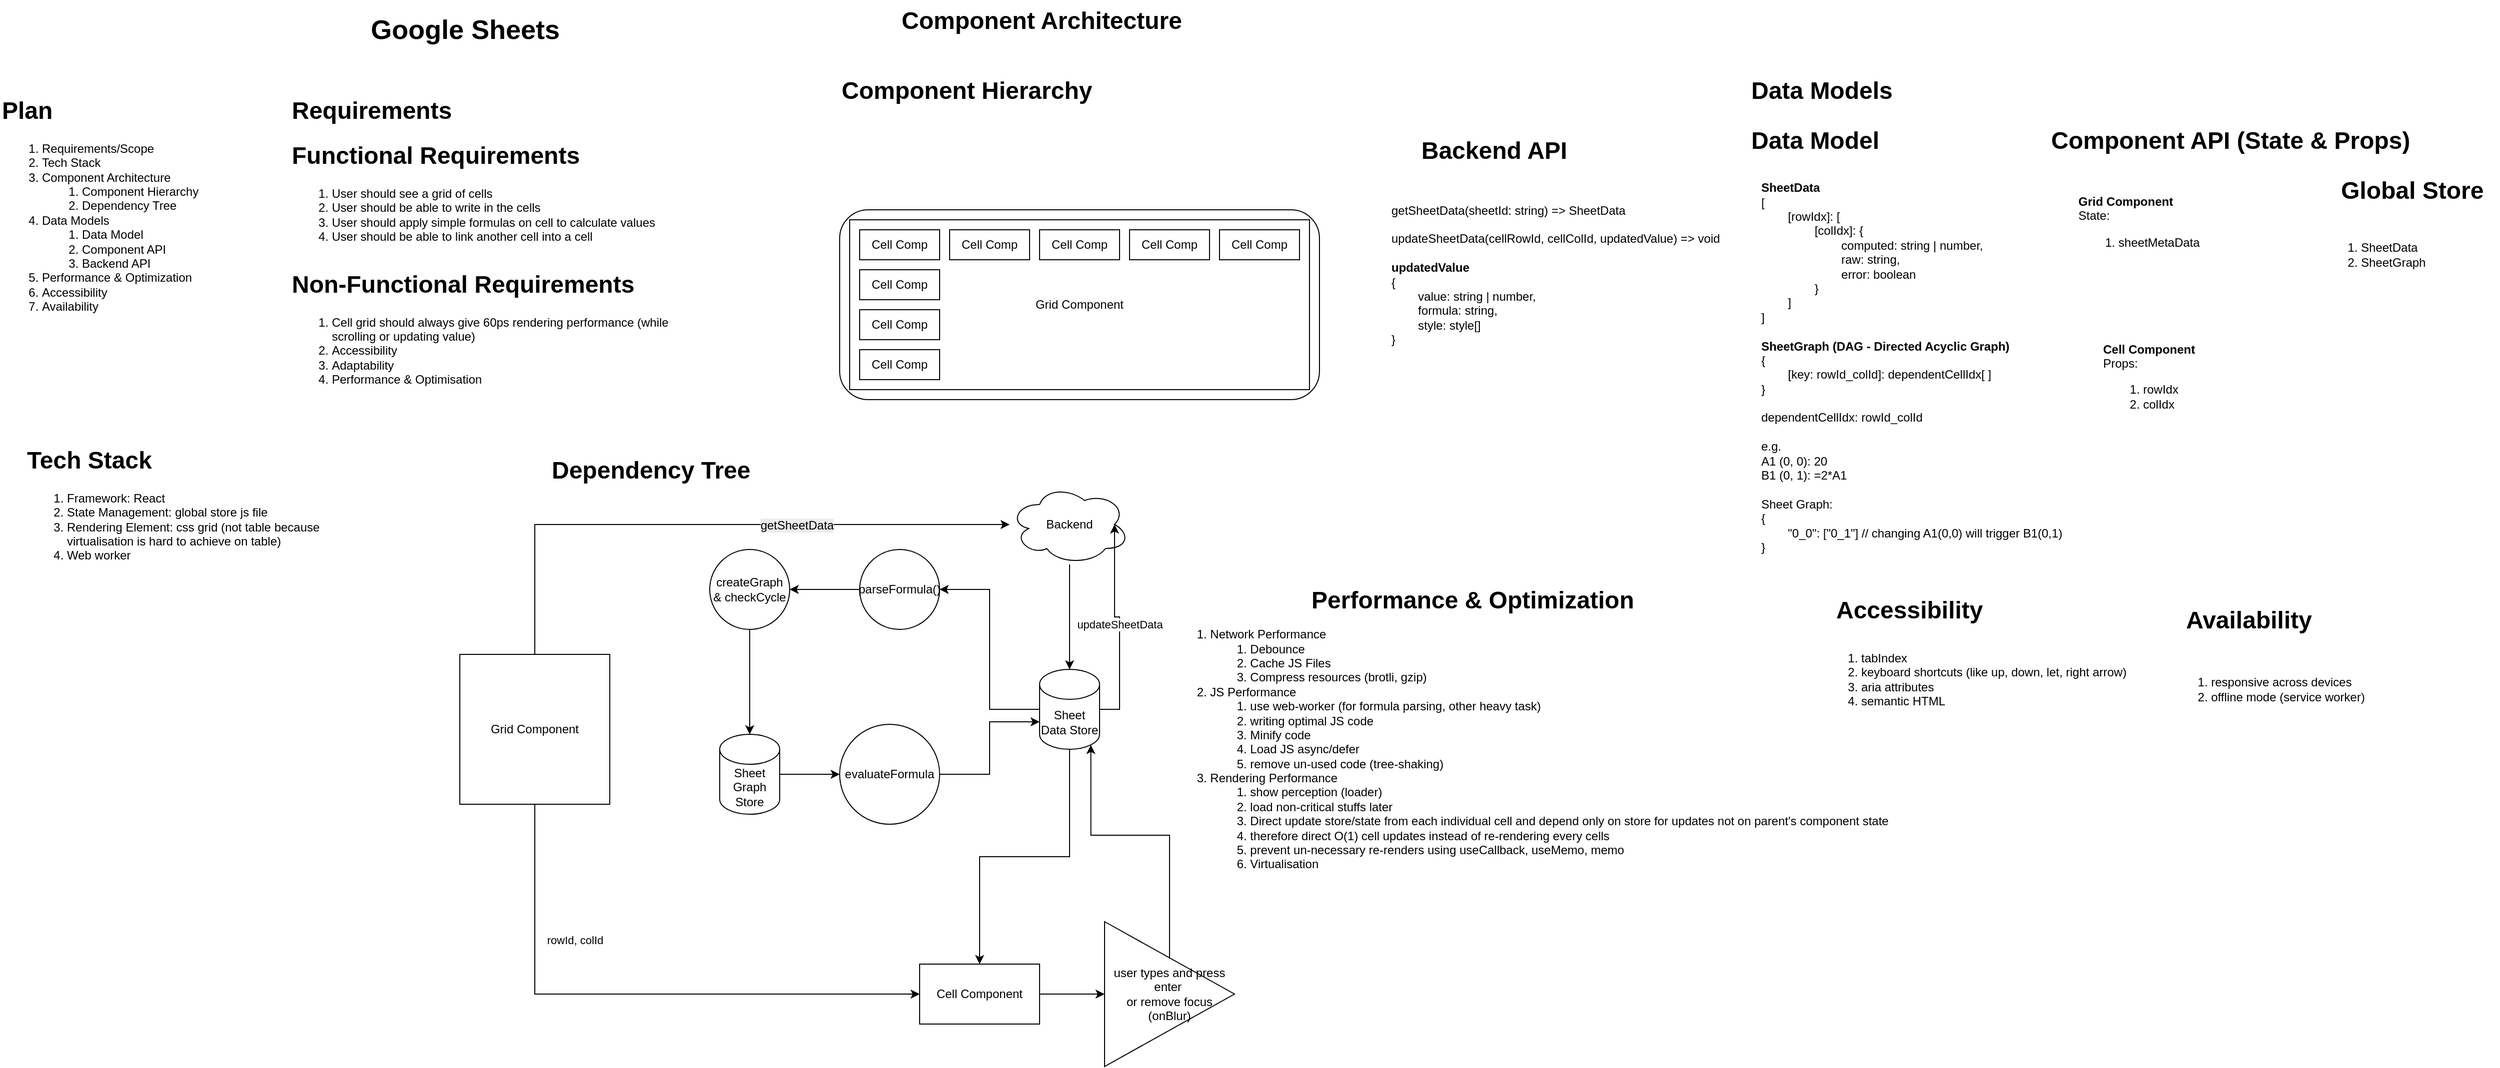
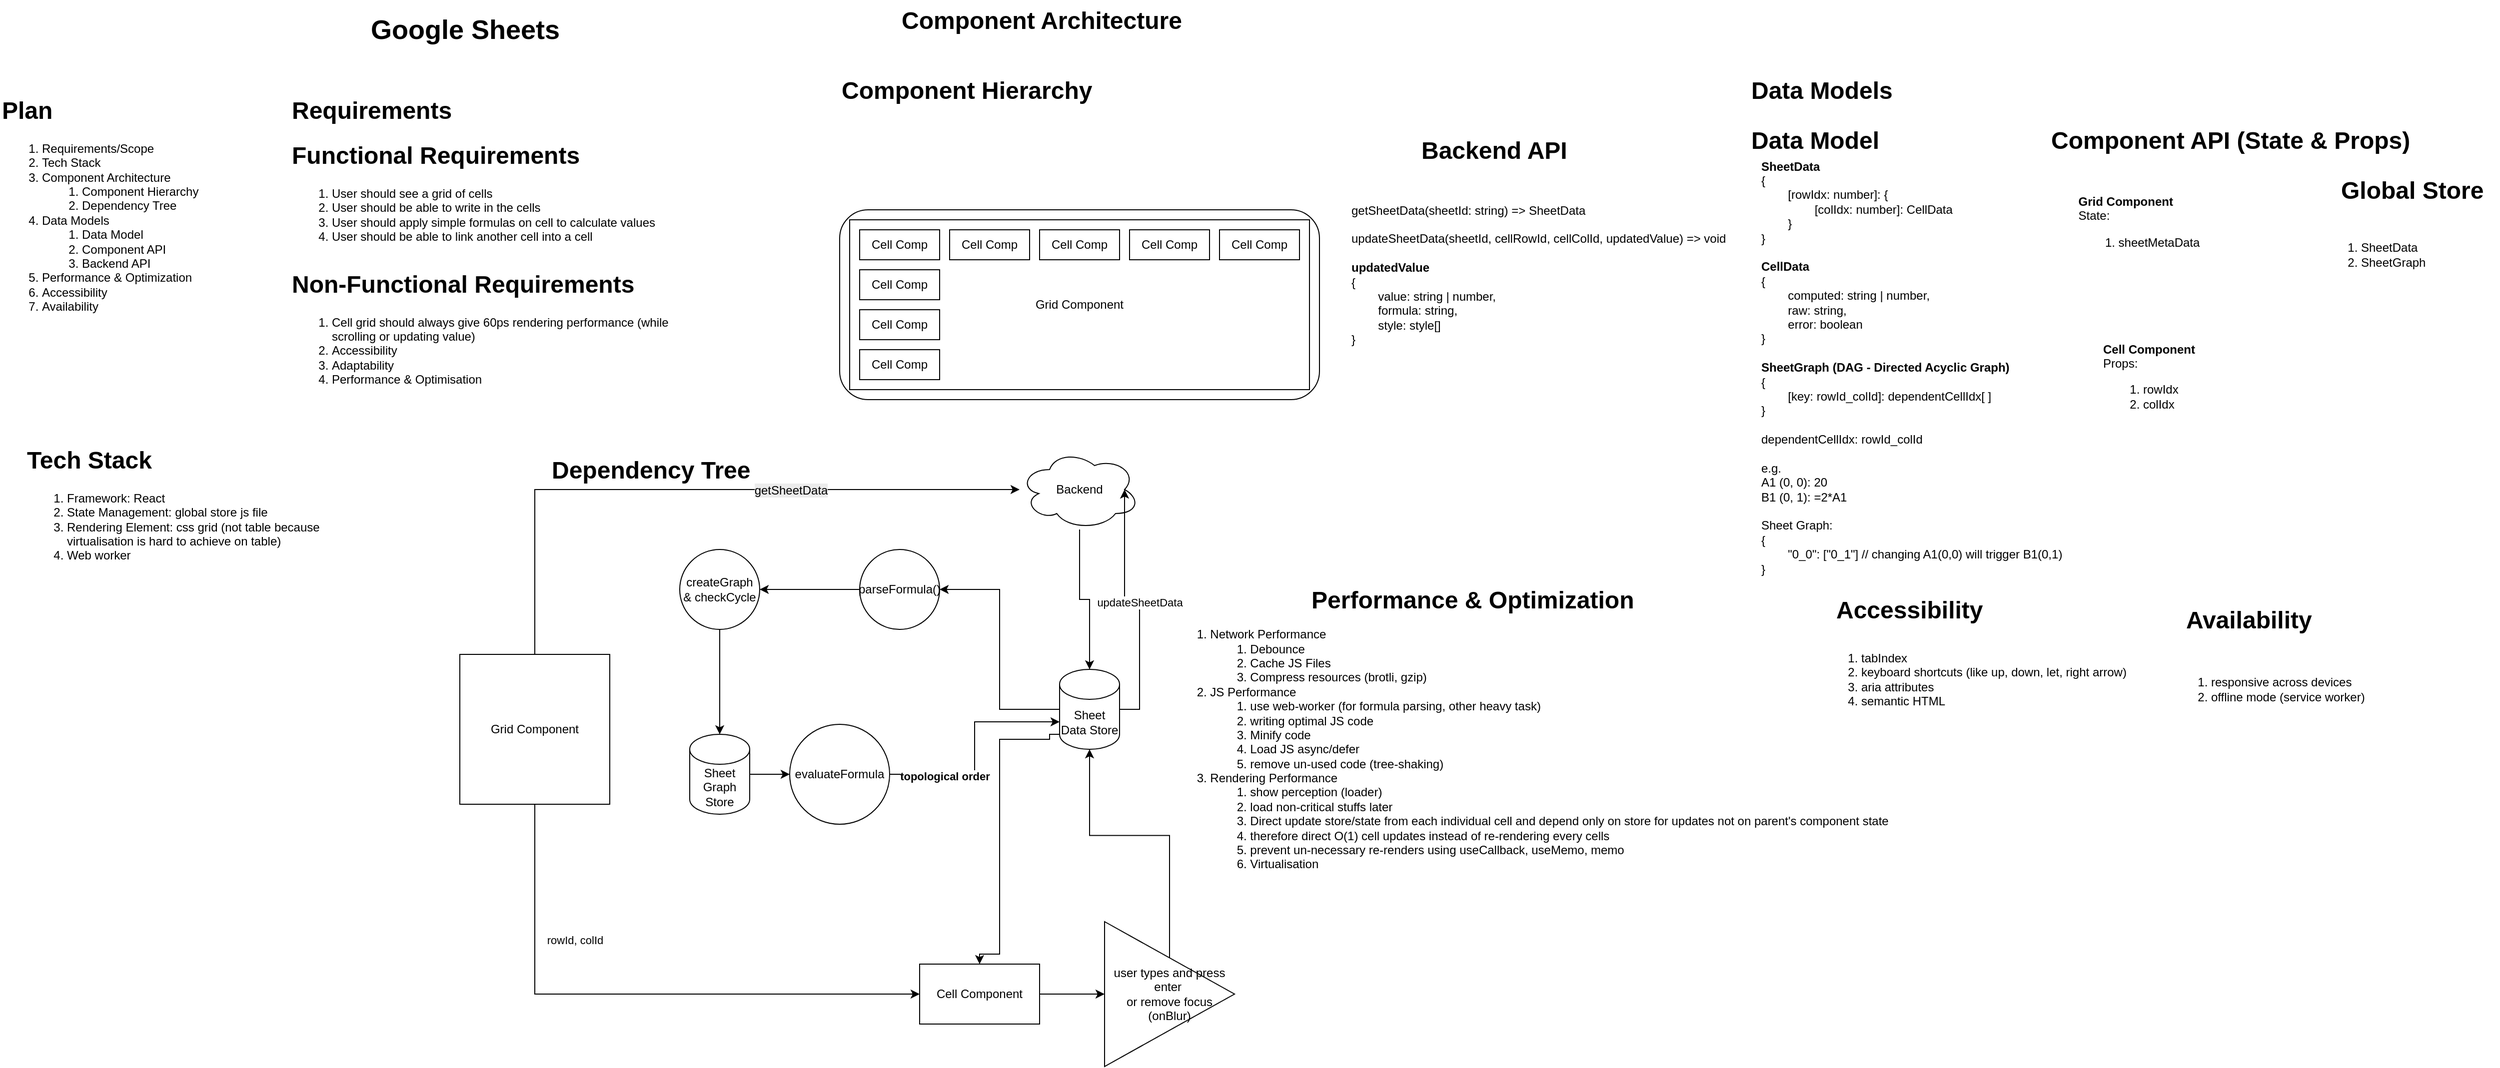
<mxfile host="app.diagrams.net">
  <diagram name="Page-1" id="GZXPSmaVhjIoUHQAW1LW">
-     <mxGraphModel dx="1522" dy="1071" grid="1" gridSize="10" guides="1" tooltips="1" connect="1" arrows="1" fold="1" page="1" pageScale="1" pageWidth="850" pageHeight="1100" math="0" shadow="0">
+     <mxGraphModel dx="1991" dy="1400" grid="1" gridSize="10" guides="1" tooltips="1" connect="1" arrows="1" fold="1" page="1" pageScale="1" pageWidth="850" pageHeight="1100" math="0" shadow="0">
      <root>
        <mxCell id="0" />
        <mxCell id="1" parent="0" />
        <mxCell id="v2OB34sA-GqR4EwWEd6K-1" parent="1" style="text;strokeColor=none;fillColor=none;html=1;fontSize=27;fontStyle=1;verticalAlign=middle;align=center;autosizeText=1;" value="Google Sheets" vertex="1">
          <mxGeometry height="40" width="230" x="360" y="10" as="geometry" />
        </mxCell>
        <mxCell id="v2OB34sA-GqR4EwWEd6K-2" parent="1" style="text;html=1;whiteSpace=wrap;overflow=hidden;rounded=0;" value="&lt;h1 style=&quot;margin-top: 0px;&quot;&gt;Requirements&lt;/h1&gt;&lt;h1 style=&quot;margin-top: 0px;&quot;&gt;Functional Requirements&lt;/h1&gt;&lt;div&gt;&lt;ol&gt;&lt;li&gt;User should see a grid of cells&lt;/li&gt;&lt;li&gt;User should be able to write in the cells&lt;/li&gt;&lt;li&gt;User should apply simple formulas on cell to calculate values&lt;/li&gt;&lt;li&gt;User should be able to link another cell into a cell&lt;/li&gt;&lt;/ol&gt;&lt;div&gt;&lt;br&gt;&lt;/div&gt;&lt;/div&gt;&lt;div&gt;&lt;h1 style=&quot;margin-top: 0px;&quot;&gt;Non-Functional Requirements&lt;/h1&gt;&lt;div&gt;&lt;ol&gt;&lt;li&gt;Cell grid should always give 60ps rendering performance (while scrolling or updating value)&lt;/li&gt;&lt;li&gt;Accessibility&lt;/li&gt;&lt;li&gt;Adaptability&lt;/li&gt;&lt;li&gt;Performance &amp;amp; Optimisation&lt;/li&gt;&lt;/ol&gt;&lt;/div&gt;&lt;div&gt;&lt;ol&gt;&lt;/ol&gt;&lt;/div&gt;&lt;/div&gt;" vertex="1">
          <mxGeometry height="370" width="390" x="300" y="90" as="geometry" />
        </mxCell>
        <mxCell id="v2OB34sA-GqR4EwWEd6K-3" parent="1" style="text;html=1;whiteSpace=wrap;overflow=hidden;rounded=0;" value="&lt;h1 style=&quot;margin-top: 0px;&quot;&gt;Plan&lt;/h1&gt;&lt;p&gt;&lt;/p&gt;&lt;ol&gt;&lt;li&gt;Requirements/Scope&lt;/li&gt;&lt;li&gt;Tech Stack&lt;/li&gt;&lt;li&gt;Component Architecture&lt;/li&gt;&lt;ol&gt;&lt;li&gt;Component Hierarchy&lt;/li&gt;&lt;li&gt;Dependency Tree&lt;/li&gt;&lt;/ol&gt;&lt;li&gt;Data Models&lt;/li&gt;&lt;ol&gt;&lt;li&gt;Data Model&lt;/li&gt;&lt;li&gt;Component API&lt;/li&gt;&lt;li&gt;Backend API&lt;/li&gt;&lt;/ol&gt;&lt;li&gt;Performance &amp;amp; Optimization&amp;nbsp;&lt;/li&gt;&lt;li&gt;Accessibility&lt;/li&gt;&lt;li&gt;Availability&lt;/li&gt;&lt;/ol&gt;&lt;p&gt;&lt;/p&gt;" vertex="1">
          <mxGeometry height="230" width="230" x="10" y="90" as="geometry" />
        </mxCell>
        <mxCell id="v2OB34sA-GqR4EwWEd6K-4" parent="1" style="text;html=1;whiteSpace=wrap;overflow=hidden;rounded=0;" value="&lt;h1 style=&quot;margin-top: 0px;&quot;&gt;Tech Stack&lt;/h1&gt;&lt;p&gt;&lt;/p&gt;&lt;ol&gt;&lt;li&gt;Framework: React&lt;/li&gt;&lt;li&gt;State Management: global store js file&lt;/li&gt;&lt;li&gt;Rendering Element: css grid (not table because virtualisation is hard to achieve on table)&lt;/li&gt;&lt;li&gt;Web worker&lt;/li&gt;&lt;/ol&gt;&lt;p&gt;&lt;/p&gt;" vertex="1">
          <mxGeometry height="180" width="305" x="35" y="440" as="geometry" />
        </mxCell>
        <mxCell id="v2OB34sA-GqR4EwWEd6K-5" parent="1" style="text;whiteSpace=wrap;html=1;" value="&lt;h1 style=&quot;caret-color: rgb(0, 0, 0); color: rgb(0, 0, 0); font-family: Helvetica; font-style: normal; font-variant-caps: normal; letter-spacing: normal; orphans: 2; text-align: left; text-indent: 0px; text-transform: none; white-space: normal; widows: 2; word-spacing: 0px; -webkit-text-stroke-width: 0px; text-decoration-line: none; text-decoration-thickness: auto; text-decoration-style: solid; margin-top: 0px;&quot;&gt;Component Architecture&amp;nbsp;&lt;/h1&gt;" vertex="1">
          <mxGeometry height="40" width="310" x="910" as="geometry" />
        </mxCell>
        <mxCell id="v2OB34sA-GqR4EwWEd6K-6" parent="1" style="text;whiteSpace=wrap;html=1;" value="&lt;h1 style=&quot;caret-color: rgb(0, 0, 0); color: rgb(0, 0, 0); font-family: Helvetica; font-style: normal; font-variant-caps: normal; letter-spacing: normal; orphans: 2; text-align: left; text-indent: 0px; text-transform: none; white-space: normal; widows: 2; word-spacing: 0px; -webkit-text-stroke-width: 0px; text-decoration-line: none; text-decoration-thickness: auto; text-decoration-style: solid; margin-top: 0px;&quot;&gt;Component Hierarchy &amp;nbsp;&lt;/h1&gt;" vertex="1">
          <mxGeometry height="40" width="310" x="850" y="70" as="geometry" />
        </mxCell>
        <mxCell id="v2OB34sA-GqR4EwWEd6K-7" parent="1" style="rounded=1;whiteSpace=wrap;html=1;" value="" vertex="1">
          <mxGeometry height="190" width="480" x="850" y="210" as="geometry" />
        </mxCell>
        <mxCell id="v2OB34sA-GqR4EwWEd6K-9" parent="1" style="rounded=0;whiteSpace=wrap;html=1;" value="Grid Component" vertex="1">
          <mxGeometry height="170" width="460" x="860" y="220" as="geometry" />
        </mxCell>
        <mxCell id="v2OB34sA-GqR4EwWEd6K-11" parent="1" style="rounded=0;whiteSpace=wrap;html=1;" value="Cell Comp" vertex="1">
          <mxGeometry height="30" width="80" x="870" y="230" as="geometry" />
        </mxCell>
        <mxCell id="v2OB34sA-GqR4EwWEd6K-12" parent="1" style="rounded=0;whiteSpace=wrap;html=1;" value="Cell Comp" vertex="1">
          <mxGeometry height="30" width="80" x="960" y="230" as="geometry" />
        </mxCell>
        <mxCell id="v2OB34sA-GqR4EwWEd6K-13" parent="1" style="rounded=0;whiteSpace=wrap;html=1;" value="Cell Comp" vertex="1">
          <mxGeometry height="30" width="80" x="1050" y="230" as="geometry" />
        </mxCell>
        <mxCell id="v2OB34sA-GqR4EwWEd6K-14" parent="1" style="rounded=0;whiteSpace=wrap;html=1;" value="Cell Comp" vertex="1">
          <mxGeometry height="30" width="80" x="1140" y="230" as="geometry" />
        </mxCell>
        <mxCell id="v2OB34sA-GqR4EwWEd6K-15" parent="1" style="rounded=0;whiteSpace=wrap;html=1;" value="Cell Comp" vertex="1">
          <mxGeometry height="30" width="80" x="1230" y="230" as="geometry" />
        </mxCell>
        <mxCell id="v2OB34sA-GqR4EwWEd6K-16" parent="1" style="rounded=0;whiteSpace=wrap;html=1;" value="Cell Comp" vertex="1">
          <mxGeometry height="30" width="80" x="870" y="270" as="geometry" />
        </mxCell>
        <mxCell id="v2OB34sA-GqR4EwWEd6K-17" parent="1" style="rounded=0;whiteSpace=wrap;html=1;" value="Cell Comp" vertex="1">
          <mxGeometry height="30" width="80" x="870" y="310" as="geometry" />
        </mxCell>
        <mxCell id="v2OB34sA-GqR4EwWEd6K-18" parent="1" style="rounded=0;whiteSpace=wrap;html=1;" value="Cell Comp" vertex="1">
          <mxGeometry height="30" width="80" x="870" y="350" as="geometry" />
        </mxCell>
        <mxCell id="v2OB34sA-GqR4EwWEd6K-19" parent="1" style="text;whiteSpace=wrap;html=1;" value="&lt;h1 style=&quot;caret-color: rgb(0, 0, 0); color: rgb(0, 0, 0); font-family: Helvetica; font-style: normal; font-variant-caps: normal; letter-spacing: normal; orphans: 2; text-align: left; text-indent: 0px; text-transform: none; white-space: normal; widows: 2; word-spacing: 0px; -webkit-text-stroke-width: 0px; text-decoration-line: none; text-decoration-thickness: auto; text-decoration-style: solid; margin-top: 0px;&quot;&gt;Dependency Tree&lt;/h1&gt;" vertex="1">
          <mxGeometry height="40" width="220" x="560" y="450" as="geometry" />
        </mxCell>
        <mxCell id="v2OB34sA-GqR4EwWEd6K-20" parent="1" style="text;whiteSpace=wrap;html=1;" value="&lt;h1 style=&quot;caret-color: rgb(0, 0, 0); color: rgb(0, 0, 0); font-family: Helvetica; font-style: normal; font-variant-caps: normal; letter-spacing: normal; orphans: 2; text-align: left; text-indent: 0px; text-transform: none; white-space: normal; widows: 2; word-spacing: 0px; -webkit-text-stroke-width: 0px; text-decoration-line: none; text-decoration-thickness: auto; text-decoration-style: solid; margin-top: 0px;&quot;&gt;Data Models&lt;/h1&gt;" vertex="1">
          <mxGeometry height="40" width="310" x="1760" y="70" as="geometry" />
        </mxCell>
        <mxCell id="v2OB34sA-GqR4EwWEd6K-21" parent="1" style="text;whiteSpace=wrap;html=1;" value="&lt;h1 style=&quot;caret-color: rgb(0, 0, 0); color: rgb(0, 0, 0); font-family: Helvetica; font-style: normal; font-variant-caps: normal; letter-spacing: normal; orphans: 2; text-align: left; text-indent: 0px; text-transform: none; white-space: normal; widows: 2; word-spacing: 0px; -webkit-text-stroke-width: 0px; text-decoration-line: none; text-decoration-thickness: auto; text-decoration-style: solid; margin-top: 0px;&quot;&gt;Backend API&lt;/h1&gt;" vertex="1">
          <mxGeometry height="40" width="310" x="1430" y="130" as="geometry" />
        </mxCell>
-         <mxCell id="v2OB34sA-GqR4EwWEd6K-22" parent="1" style="text;html=1;whiteSpace=wrap;strokeColor=none;fillColor=none;align=left;verticalAlign=middle;rounded=0;autosize=1;resizable=0;" value="&lt;div&gt;getSheetData(sheetId: string) =&amp;gt;&amp;nbsp;SheetData&lt;/div&gt;&lt;div&gt;&lt;br&gt;&lt;/div&gt;&lt;div&gt;updateSheetData(cellRowId, cellColId, updatedValue) =&amp;gt; void&lt;/div&gt;&lt;div&gt;&lt;br&gt;&lt;/div&gt;&lt;div&gt;&lt;b&gt;updatedValue&lt;/b&gt;&lt;br&gt;&lt;/div&gt;&lt;div&gt;{&lt;/div&gt;&lt;div&gt;&lt;span style=&quot;white-space: pre;&quot;&gt;&#x9;&lt;/span&gt;&lt;span style=&quot;white-space: pre;&quot;&gt;value: string | number,&lt;/span&gt;&lt;br&gt;&lt;/div&gt;&lt;div&gt;&lt;span style=&quot;white-space: pre;&quot;&gt;&#x9;formula: string,&lt;/span&gt;&lt;/div&gt;&lt;div&gt;&lt;span style=&quot;white-space: pre;&quot;&gt;&#x9;style: style[]&lt;/span&gt;&lt;/div&gt;&lt;div&gt;}&lt;/div&gt;" vertex="1">
-           <mxGeometry height="150" width="350" x="1400" y="200" as="geometry" />
+         <mxCell id="v2OB34sA-GqR4EwWEd6K-22" parent="1" style="text;html=1;whiteSpace=wrap;strokeColor=none;fillColor=none;align=left;verticalAlign=middle;rounded=0;autosize=1;resizable=0;" value="&lt;div&gt;getSheetData(sheetId: string) =&amp;gt;&amp;nbsp;SheetData&lt;/div&gt;&lt;div&gt;&lt;br&gt;&lt;/div&gt;&lt;div&gt;updateSheetData(sheetId, cellRowId, cellColId, updatedValue) =&amp;gt; void&lt;/div&gt;&lt;div&gt;&lt;br&gt;&lt;/div&gt;&lt;div&gt;&lt;b&gt;updatedValue&lt;/b&gt;&lt;br&gt;&lt;/div&gt;&lt;div&gt;{&lt;/div&gt;&lt;div&gt;&lt;span style=&quot;white-space: pre;&quot;&gt;&#x9;&lt;/span&gt;&lt;span style=&quot;white-space: pre;&quot;&gt;value: string | number,&lt;/span&gt;&lt;br&gt;&lt;/div&gt;&lt;div&gt;&lt;span style=&quot;white-space: pre;&quot;&gt;&#x9;formula: string,&lt;/span&gt;&lt;/div&gt;&lt;div&gt;&lt;span style=&quot;white-space: pre;&quot;&gt;&#x9;style: style[]&lt;/span&gt;&lt;/div&gt;&lt;div&gt;}&lt;/div&gt;" vertex="1">
+           <mxGeometry height="150" width="400" x="1360" y="200" as="geometry" />
        </mxCell>
        <mxCell id="v2OB34sA-GqR4EwWEd6K-24" parent="1" style="text;whiteSpace=wrap;html=1;" value="&lt;h1 style=&quot;caret-color: rgb(0, 0, 0); color: rgb(0, 0, 0); font-family: Helvetica; font-style: normal; font-variant-caps: normal; letter-spacing: normal; orphans: 2; text-align: left; text-indent: 0px; text-transform: none; white-space: normal; widows: 2; word-spacing: 0px; -webkit-text-stroke-width: 0px; text-decoration-line: none; text-decoration-thickness: auto; text-decoration-style: solid; margin-top: 0px;&quot;&gt;Data Model&lt;/h1&gt;" vertex="1">
          <mxGeometry height="40" width="180" x="1760" y="120" as="geometry" />
        </mxCell>
-         <mxCell id="v2OB34sA-GqR4EwWEd6K-25" parent="1" style="text;html=1;whiteSpace=wrap;strokeColor=none;fillColor=none;align=left;verticalAlign=middle;rounded=0;" value="&lt;div&gt;&lt;b&gt;SheetData&lt;/b&gt;&lt;/div&gt;[&lt;div&gt;&lt;span style=&quot;white-space: pre;&quot;&gt;&#x9;[rowIdx]: [&lt;/span&gt;&lt;/div&gt;&lt;div&gt;&lt;span style=&quot;white-space: pre;&quot;&gt;&#x9;&#x9;[colIdx]: {&lt;/span&gt;&lt;/div&gt;&lt;div&gt;&lt;span style=&quot;white-space: pre;&quot;&gt;&#x9;&#x9;&#x9;computed: string | number,&lt;/span&gt;&lt;/div&gt;&lt;div&gt;&lt;span style=&quot;white-space: pre;&quot;&gt;&#x9;&#x9;&#x9;raw: string,&lt;/span&gt;&lt;/div&gt;&lt;div&gt;&lt;span style=&quot;white-space: pre;&quot;&gt;&lt;span style=&quot;white-space: pre;&quot;&gt;&#x9;&lt;/span&gt;&lt;span style=&quot;white-space: pre;&quot;&gt;&#x9;&lt;/span&gt;&lt;span style=&quot;white-space: pre;&quot;&gt;&#x9;error: boolean&lt;/span&gt;&lt;br&gt;&lt;/span&gt;&lt;/div&gt;&lt;div&gt;&lt;span style=&quot;white-space: pre;&quot;&gt;&#x9;&#x9;}&lt;/span&gt;&lt;/div&gt;&lt;div&gt;&lt;span style=&quot;white-space: pre;&quot;&gt;&#x9;]&lt;/span&gt;&lt;/div&gt;&lt;div&gt;]&lt;/div&gt;&lt;div&gt;&lt;br&gt;&lt;/div&gt;&lt;div&gt;&lt;b&gt;SheetGraph (DAG - Directed Acyclic Graph)&lt;/b&gt;&lt;/div&gt;&lt;div&gt;{&lt;/div&gt;&lt;div&gt;&lt;span style=&quot;white-space: pre;&quot;&gt;&#x9;[key: rowId_colId]: dependentCellIdx[ ]&lt;/span&gt;&lt;br&gt;&lt;/div&gt;&lt;div&gt;}&lt;/div&gt;&lt;div&gt;&lt;br&gt;&lt;/div&gt;&lt;div&gt;&lt;span style=&quot;white-space: pre;&quot;&gt;dependentCellIdx: &lt;/span&gt;&lt;span style=&quot;white-space: pre;&quot;&gt;rowId_colId&lt;/span&gt;&lt;/div&gt;&lt;div&gt;&lt;span style=&quot;white-space: pre;&quot;&gt;&lt;br&gt;&lt;/span&gt;&lt;/div&gt;&lt;div&gt;&lt;span style=&quot;white-space: pre;&quot;&gt;e.g.&lt;/span&gt;&lt;/div&gt;&lt;div&gt;&lt;span style=&quot;white-space: pre;&quot;&gt;A1 (0, 0): 20&lt;/span&gt;&lt;/div&gt;&lt;div&gt;&lt;span style=&quot;white-space: pre;&quot;&gt;B1 (0, 1): =2*A1&lt;/span&gt;&lt;/div&gt;&lt;div&gt;&lt;span style=&quot;white-space: pre;&quot;&gt;&lt;br&gt;&lt;/span&gt;&lt;/div&gt;&lt;div&gt;&lt;span style=&quot;white-space: pre;&quot;&gt;Sheet Graph: &lt;/span&gt;&lt;/div&gt;&lt;div&gt;&lt;span style=&quot;white-space: pre;&quot;&gt;{&lt;/span&gt;&lt;/div&gt;&lt;div&gt;&lt;span style=&quot;white-space: pre;&quot;&gt;&lt;span style=&quot;white-space: pre;&quot;&gt;&#x9;&quot;0_0&quot;: [&quot;0_1&quot;] // changing A1(0,0) will trigger B1(0,1)&lt;/span&gt;&lt;br&gt;&lt;/span&gt;&lt;/div&gt;&lt;div&gt;&lt;span style=&quot;white-space: pre;&quot;&gt;}&lt;/span&gt;&lt;/div&gt;&lt;div&gt;&lt;span style=&quot;white-space: pre;&quot;&gt;&lt;br&gt;&lt;/span&gt;&lt;/div&gt;" vertex="1">
+         <mxCell id="v2OB34sA-GqR4EwWEd6K-25" parent="1" style="text;html=1;whiteSpace=wrap;strokeColor=none;fillColor=none;align=left;verticalAlign=middle;rounded=0;" value="&lt;div&gt;&lt;b&gt;SheetData&lt;/b&gt;&lt;/div&gt;{&lt;br&gt;&lt;div&gt;&lt;span style=&quot;white-space: pre;&quot;&gt;&#x9;[rowIdx: number]: {&lt;/span&gt;&lt;/div&gt;&lt;div&gt;&lt;span style=&quot;white-space: pre;&quot;&gt;&#x9;&#x9;[colIdx&lt;/span&gt;&lt;span style=&quot;white-space: pre;&quot;&gt;: number&lt;/span&gt;&lt;span style=&quot;white-space: pre;&quot;&gt;]: &lt;/span&gt;CellData&lt;/div&gt;&lt;div&gt;&lt;span style=&quot;white-space: pre;&quot;&gt;&#x9;}&lt;/span&gt;&lt;/div&gt;&lt;div&gt;}&lt;/div&gt;&lt;div&gt;&lt;br&gt;&lt;/div&gt;&lt;div&gt;&lt;b&gt;CellData&lt;/b&gt;&lt;/div&gt;&lt;div&gt;&lt;div&gt;&lt;span style=&quot;white-space: pre;&quot;&gt;{&lt;/span&gt;&lt;/div&gt;&lt;/div&gt;&lt;div&gt;&lt;span style=&quot;white-space: pre;&quot;&gt;&#x9;computed: string | number,&lt;/span&gt;&lt;br&gt;&lt;/div&gt;&lt;div&gt;&lt;span style=&quot;white-space: pre;&quot;&gt;&#x9;raw: string,&lt;/span&gt;&lt;br&gt;&lt;/div&gt;&lt;div&gt;&lt;span style=&quot;white-space: pre;&quot;&gt;&#x9;&lt;/span&gt;&lt;span style=&quot;white-space: pre;&quot;&gt;error: boolean&lt;/span&gt;&lt;br&gt;&lt;/div&gt;&lt;div&gt;&lt;div&gt;&lt;span style=&quot;white-space: pre;&quot;&gt;}&lt;/span&gt;&lt;/div&gt;&lt;/div&gt;&lt;div&gt;&lt;br&gt;&lt;/div&gt;&lt;div&gt;&lt;b&gt;SheetGraph (DAG - Directed Acyclic Graph)&lt;/b&gt;&lt;/div&gt;&lt;div&gt;{&lt;/div&gt;&lt;div&gt;&lt;span style=&quot;white-space: pre;&quot;&gt;&#x9;[key: rowId_colId]: dependentCellIdx[ ]&lt;/span&gt;&lt;br&gt;&lt;/div&gt;&lt;div&gt;}&lt;/div&gt;&lt;div&gt;&lt;br&gt;&lt;/div&gt;&lt;div&gt;&lt;span style=&quot;white-space: pre;&quot;&gt;dependentCellIdx: &lt;/span&gt;&lt;span style=&quot;white-space: pre;&quot;&gt;rowId_colId&lt;/span&gt;&lt;/div&gt;&lt;div&gt;&lt;span style=&quot;white-space: pre;&quot;&gt;&lt;br&gt;&lt;/span&gt;&lt;/div&gt;&lt;div&gt;&lt;span style=&quot;white-space: pre;&quot;&gt;e.g.&lt;/span&gt;&lt;/div&gt;&lt;div&gt;&lt;span style=&quot;white-space: pre;&quot;&gt;A1 (0, 0): 20&lt;/span&gt;&lt;/div&gt;&lt;div&gt;&lt;span style=&quot;white-space: pre;&quot;&gt;B1 (0, 1): =2*A1&lt;/span&gt;&lt;/div&gt;&lt;div&gt;&lt;span style=&quot;white-space: pre;&quot;&gt;&lt;br&gt;&lt;/span&gt;&lt;/div&gt;&lt;div&gt;&lt;span style=&quot;white-space: pre;&quot;&gt;Sheet Graph: &lt;/span&gt;&lt;/div&gt;&lt;div&gt;&lt;span style=&quot;white-space: pre;&quot;&gt;{&lt;/span&gt;&lt;/div&gt;&lt;div&gt;&lt;span style=&quot;white-space: pre;&quot;&gt;&lt;span style=&quot;white-space: pre;&quot;&gt;&#x9;&quot;0_0&quot;: [&quot;0_1&quot;] // changing A1(0,0) will trigger B1(0,1)&lt;/span&gt;&lt;br&gt;&lt;/span&gt;&lt;/div&gt;&lt;div&gt;&lt;span style=&quot;white-space: pre;&quot;&gt;}&lt;/span&gt;&lt;/div&gt;&lt;div&gt;&lt;span style=&quot;white-space: pre;&quot;&gt;&lt;br&gt;&lt;/span&gt;&lt;/div&gt;" vertex="1">
          <mxGeometry height="370" width="310" x="1770" y="190" as="geometry" />
        </mxCell>
        <mxCell id="v2OB34sA-GqR4EwWEd6K-27" parent="1" style="text;whiteSpace=wrap;html=1;" value="&lt;h1 style=&quot;caret-color: rgb(0, 0, 0); color: rgb(0, 0, 0); font-family: Helvetica; font-style: normal; font-variant-caps: normal; letter-spacing: normal; orphans: 2; text-align: left; text-indent: 0px; text-transform: none; white-space: normal; widows: 2; word-spacing: 0px; -webkit-text-stroke-width: 0px; text-decoration-line: none; text-decoration-thickness: auto; text-decoration-style: solid; margin-top: 0px;&quot;&gt;Component API (State &amp;amp; Props)&lt;/h1&gt;" vertex="1">
          <mxGeometry height="40" width="370" x="2060" y="120" as="geometry" />
        </mxCell>
        <mxCell id="v2OB34sA-GqR4EwWEd6K-30" parent="1" style="text;html=1;whiteSpace=wrap;strokeColor=none;fillColor=none;align=center;verticalAlign=middle;rounded=0;autosize=1;resizable=0;" value="&lt;div style=&quot;text-align: left;&quot;&gt;&lt;b&gt;Grid Component&lt;/b&gt;&lt;/div&gt;&lt;div style=&quot;text-align: left;&quot;&gt;State:&lt;/div&gt;&lt;div style=&quot;text-align: left;&quot;&gt;&lt;ol&gt;&lt;li&gt;sheetMetaData&lt;/li&gt;&lt;/ol&gt;&lt;/div&gt;&lt;div&gt;&lt;br&gt;&lt;/div&gt;" vertex="1">
          <mxGeometry height="90" width="140" x="2080" y="190" as="geometry" />
        </mxCell>
        <mxCell id="v2OB34sA-GqR4EwWEd6K-32" parent="1" style="text;html=1;whiteSpace=wrap;strokeColor=none;fillColor=none;align=center;verticalAlign=middle;rounded=0;autosize=1;resizable=0;" value="&lt;div style=&quot;text-align: left;&quot;&gt;&lt;b&gt;Cell Component&lt;/b&gt;&lt;/div&gt;&lt;div style=&quot;text-align: left;&quot;&gt;Props:&lt;br&gt;&lt;/div&gt;&lt;div style=&quot;&quot;&gt;&lt;ol&gt;&lt;li style=&quot;text-align: left;&quot;&gt;rowIdx&lt;/li&gt;&lt;li style=&quot;text-align: left;&quot;&gt;colIdx&lt;/li&gt;&lt;/ol&gt;&lt;/div&gt;&lt;div&gt;&lt;br&gt;&lt;/div&gt;" vertex="1">
          <mxGeometry height="110" width="120" x="2100" y="335" as="geometry" />
        </mxCell>
        <mxCell id="v2OB34sA-GqR4EwWEd6K-33" parent="1" style="text;whiteSpace=wrap;html=1;" value="&lt;h1 style=&quot;caret-color: rgb(0, 0, 0); color: rgb(0, 0, 0); font-family: Helvetica; font-style: normal; font-variant-caps: normal; letter-spacing: normal; orphans: 2; text-align: left; text-indent: 0px; text-transform: none; white-space: normal; widows: 2; word-spacing: 0px; -webkit-text-stroke-width: 0px; text-decoration-line: none; text-decoration-thickness: auto; text-decoration-style: solid; margin-top: 0px;&quot;&gt;Global Store&lt;/h1&gt;" vertex="1">
          <mxGeometry height="40" width="160" x="2350" y="170" as="geometry" />
        </mxCell>
        <mxCell id="v2OB34sA-GqR4EwWEd6K-34" parent="1" style="text;html=1;whiteSpace=wrap;strokeColor=none;fillColor=none;align=left;verticalAlign=middle;rounded=0;autosize=1;resizable=0;" value="&lt;div style=&quot;&quot;&gt;&lt;ol&gt;&lt;li&gt;SheetData&lt;br&gt;&lt;/li&gt;&lt;li&gt;SheetGraph&lt;br&gt;&lt;/li&gt;&lt;/ol&gt;&lt;/div&gt;" vertex="1">
          <mxGeometry height="70" width="130" x="2330" y="220" as="geometry" />
        </mxCell>
        <mxCell id="v2OB34sA-GqR4EwWEd6K-46" edge="1" parent="1" source="v2OB34sA-GqR4EwWEd6K-36" style="edgeStyle=orthogonalEdgeStyle;rounded=0;orthogonalLoop=1;jettySize=auto;html=1;entryX=0;entryY=0.5;entryDx=0;entryDy=0;exitX=0.5;exitY=1;exitDx=0;exitDy=0;" target="v2OB34sA-GqR4EwWEd6K-45">
          <mxGeometry relative="1" as="geometry" />
        </mxCell>
        <mxCell id="v2OB34sA-GqR4EwWEd6K-47" connectable="0" parent="v2OB34sA-GqR4EwWEd6K-46" style="edgeLabel;html=1;align=center;verticalAlign=middle;resizable=0;points=[];" value="rowId, colId" vertex="1">
          <mxGeometry relative="1" x="-0.2032" y="-1" as="geometry">
            <mxPoint x="1" y="-55" as="offset" />
          </mxGeometry>
        </mxCell>
        <mxCell id="v2OB34sA-GqR4EwWEd6K-36" parent="1" style="whiteSpace=wrap;html=1;aspect=fixed;" value="Grid Component" vertex="1">
          <mxGeometry height="150" width="150" x="470" y="655" as="geometry" />
        </mxCell>
        <mxCell id="v2OB34sA-GqR4EwWEd6K-39" edge="1" parent="1" source="v2OB34sA-GqR4EwWEd6K-36" style="edgeStyle=orthogonalEdgeStyle;rounded=0;orthogonalLoop=1;jettySize=auto;html=1;entryX=0;entryY=0.5;entryDx=0;entryDy=0;entryPerimeter=0;exitX=0.5;exitY=0;exitDx=0;exitDy=0;" target="v2OB34sA-GqR4EwWEd6K-38" value="">
          <mxGeometry relative="1" as="geometry">
            <mxPoint x="705" y="650" as="sourcePoint" />
            <mxPoint x="975" y="570" as="targetPoint" />
          </mxGeometry>
        </mxCell>
        <mxCell id="v2OB34sA-GqR4EwWEd6K-53" connectable="0" parent="v2OB34sA-GqR4EwWEd6K-39" style="edgeLabel;html=1;align=center;verticalAlign=middle;resizable=0;points=[];" value="&lt;span style=&quot;font-size: 12px; text-align: left; white-space: normal; background-color: rgb(236, 236, 236);&quot;&gt;getSheetData&lt;/span&gt;" vertex="1">
          <mxGeometry relative="1" x="0.2935" y="-1" as="geometry">
            <mxPoint as="offset" />
          </mxGeometry>
        </mxCell>
        <mxCell id="v2OB34sA-GqR4EwWEd6K-38" parent="1" style="ellipse;shape=cloud;whiteSpace=wrap;html=1;" value="Backend" vertex="1">
-           <mxGeometry height="80" width="120" x="1020" y="485" as="geometry" />
-         </mxCell>
-         <mxCell id="v2OB34sA-GqR4EwWEd6K-50" edge="1" parent="1" source="v2OB34sA-GqR4EwWEd6K-41" style="edgeStyle=orthogonalEdgeStyle;rounded=0;orthogonalLoop=1;jettySize=auto;html=1;entryX=0.5;entryY=0;entryDx=0;entryDy=0;" target="v2OB34sA-GqR4EwWEd6K-45" value="">
+           <mxGeometry height="80" width="120" x="1030" y="450" as="geometry" />
+         </mxCell>
+         <mxCell id="v2OB34sA-GqR4EwWEd6K-50" edge="1" parent="1" source="v2OB34sA-GqR4EwWEd6K-41" style="edgeStyle=orthogonalEdgeStyle;rounded=0;orthogonalLoop=1;jettySize=auto;html=1;entryX=0.5;entryY=0;entryDx=0;entryDy=0;exitX=0;exitY=1;exitDx=0;exitDy=-15;exitPerimeter=0;" target="v2OB34sA-GqR4EwWEd6K-45" value="">
          <mxGeometry relative="1" as="geometry">
-             <mxPoint x="1080" y="830" as="targetPoint" />
+             <Array as="points">
+               <mxPoint x="1060" y="740" />
+               <mxPoint x="1010" y="740" />
+               <mxPoint x="1010" y="955" />
+               <mxPoint x="990" y="955" />
+             </Array>
+             <mxPoint x="1050" y="700.0034782608698" as="sourcePoint" />
+             <mxPoint x="980" y="954.96" as="targetPoint" />
          </mxGeometry>
        </mxCell>
        <mxCell id="v2OB34sA-GqR4EwWEd6K-65" edge="1" parent="1" source="v2OB34sA-GqR4EwWEd6K-41" style="edgeStyle=orthogonalEdgeStyle;rounded=0;orthogonalLoop=1;jettySize=auto;html=1;entryX=1;entryY=0.5;entryDx=0;entryDy=0;" target="v2OB34sA-GqR4EwWEd6K-64">
          <mxGeometry relative="1" as="geometry" />
        </mxCell>
        <mxCell id="v2OB34sA-GqR4EwWEd6K-41" parent="1" style="shape=cylinder3;whiteSpace=wrap;html=1;boundedLbl=1;backgroundOutline=1;size=15;" value="Sheet Data Store" vertex="1">
-           <mxGeometry height="80" width="60" x="1050" y="670" as="geometry" />
+           <mxGeometry height="80" width="60" x="1070" y="670" as="geometry" />
        </mxCell>
        <mxCell id="v2OB34sA-GqR4EwWEd6K-67" edge="1" parent="1" source="v2OB34sA-GqR4EwWEd6K-71" style="edgeStyle=orthogonalEdgeStyle;rounded=0;orthogonalLoop=1;jettySize=auto;html=1;entryX=0;entryY=0;entryDx=0;entryDy=52.5;entryPerimeter=0;" target="v2OB34sA-GqR4EwWEd6K-41">
          <mxGeometry relative="1" as="geometry" />
        </mxCell>
+         <mxCell id="JV3XtrX8DMK4ZQXM5kw7-1" connectable="0" parent="v2OB34sA-GqR4EwWEd6K-67" style="edgeLabel;html=1;align=center;verticalAlign=middle;resizable=0;points=[];" value="&lt;b&gt;topological order&lt;/b&gt;" vertex="1">
+           <mxGeometry relative="1" x="-0.1487" y="2" as="geometry">
+             <mxPoint x="-28" y="11" as="offset" />
+           </mxGeometry>
+         </mxCell>
        <mxCell id="v2OB34sA-GqR4EwWEd6K-42" parent="1" style="shape=cylinder3;whiteSpace=wrap;html=1;boundedLbl=1;backgroundOutline=1;size=15;" value="Sheet Graph Store" vertex="1">
-           <mxGeometry height="80" width="60" x="730" y="735" as="geometry" />
+           <mxGeometry height="80" width="60" x="700" y="735" as="geometry" />
        </mxCell>
        <mxCell id="v2OB34sA-GqR4EwWEd6K-43" edge="1" parent="1" source="v2OB34sA-GqR4EwWEd6K-38" style="edgeStyle=orthogonalEdgeStyle;rounded=0;orthogonalLoop=1;jettySize=auto;html=1;entryX=0.5;entryY=0;entryDx=0;entryDy=0;entryPerimeter=0;" target="v2OB34sA-GqR4EwWEd6K-41">
          <mxGeometry relative="1" as="geometry" />
        </mxCell>
        <mxCell id="v2OB34sA-GqR4EwWEd6K-77" edge="1" parent="1" source="v2OB34sA-GqR4EwWEd6K-45" style="edgeStyle=orthogonalEdgeStyle;rounded=0;orthogonalLoop=1;jettySize=auto;html=1;" target="v2OB34sA-GqR4EwWEd6K-76">
          <mxGeometry relative="1" as="geometry" />
        </mxCell>
        <mxCell id="v2OB34sA-GqR4EwWEd6K-45" parent="1" style="rounded=0;whiteSpace=wrap;html=1;" value="Cell Component" vertex="1">
          <mxGeometry height="60" width="120" x="930" y="965" as="geometry" />
        </mxCell>
        <mxCell id="v2OB34sA-GqR4EwWEd6K-54" parent="1" style="text;whiteSpace=wrap;html=1;" value="&lt;h1 style=&quot;caret-color: rgb(0, 0, 0); color: rgb(0, 0, 0); font-family: Helvetica; font-style: normal; font-variant-caps: normal; letter-spacing: normal; orphans: 2; text-align: left; text-indent: 0px; text-transform: none; white-space: normal; widows: 2; word-spacing: 0px; -webkit-text-stroke-width: 0px; text-decoration-line: none; text-decoration-thickness: auto; text-decoration-style: solid; margin-top: 0px;&quot;&gt;Performance &amp;amp; Optimization&amp;nbsp;&lt;/h1&gt;" vertex="1">
          <mxGeometry height="40" width="360" x="1320" y="580" as="geometry" />
        </mxCell>
        <mxCell id="v2OB34sA-GqR4EwWEd6K-56" parent="1" style="text;html=1;whiteSpace=wrap;strokeColor=none;fillColor=none;align=center;verticalAlign=middle;rounded=0;autosize=1;resizable=0;" value="&lt;ol&gt;&lt;li style=&quot;text-align: left;&quot;&gt;Network Performance&lt;/li&gt;&lt;ol&gt;&lt;li style=&quot;text-align: left;&quot;&gt;Debounce&lt;/li&gt;&lt;li style=&quot;text-align: left;&quot;&gt;Cache JS Files&lt;/li&gt;&lt;li style=&quot;text-align: left;&quot;&gt;Compress resources (brotli, gzip)&lt;/li&gt;&lt;/ol&gt;&lt;li style=&quot;text-align: left;&quot;&gt;JS Performance&lt;/li&gt;&lt;ol&gt;&lt;li style=&quot;text-align: left;&quot;&gt;use web-worker (for formula parsing, other heavy task)&lt;/li&gt;&lt;li style=&quot;text-align: left;&quot;&gt;writing optimal JS code&lt;/li&gt;&lt;li style=&quot;text-align: left;&quot;&gt;Minify code&lt;/li&gt;&lt;li style=&quot;text-align: left;&quot;&gt;Load JS async/defer&lt;/li&gt;&lt;li style=&quot;text-align: left;&quot;&gt;remove un-used code (tree-shaking)&lt;/li&gt;&lt;/ol&gt;&lt;li style=&quot;text-align: left;&quot;&gt;Rendering Performance&lt;/li&gt;&lt;ol&gt;&lt;li style=&quot;text-align: left;&quot;&gt;show perception (loader)&lt;/li&gt;&lt;li style=&quot;text-align: left;&quot;&gt;load non-critical stuffs later&lt;/li&gt;&lt;li style=&quot;text-align: left;&quot;&gt;Direct update store/state from each individual cell and depend only on store for updates not on parent&#39;s component state&lt;/li&gt;&lt;li style=&quot;text-align: left;&quot;&gt;therefore direct O(1) cell updates instead of re-rendering every cells&lt;/li&gt;&lt;li style=&quot;text-align: left;&quot;&gt;prevent un-necessary re-renders using useCallback, useMemo, memo&lt;/li&gt;&lt;li style=&quot;text-align: left;&quot;&gt;Virtualisation&lt;/li&gt;&lt;/ol&gt;&lt;/ol&gt;" vertex="1">
          <mxGeometry height="280" width="740" x="1170" y="610" as="geometry" />
        </mxCell>
        <mxCell id="v2OB34sA-GqR4EwWEd6K-57" parent="1" style="text;whiteSpace=wrap;html=1;" value="&lt;h1 style=&quot;caret-color: rgb(0, 0, 0); color: rgb(0, 0, 0); font-family: Helvetica; font-style: normal; font-variant-caps: normal; letter-spacing: normal; orphans: 2; text-align: left; text-indent: 0px; text-transform: none; white-space: normal; widows: 2; word-spacing: 0px; -webkit-text-stroke-width: 0px; text-decoration-line: none; text-decoration-thickness: auto; text-decoration-style: solid; margin-top: 0px;&quot;&gt;Accessibility&lt;/h1&gt;" vertex="1">
          <mxGeometry height="40" width="255" x="1845" y="590" as="geometry" />
        </mxCell>
        <mxCell id="v2OB34sA-GqR4EwWEd6K-58" parent="1" style="text;html=1;whiteSpace=wrap;strokeColor=none;fillColor=none;align=left;verticalAlign=middle;rounded=0;autosize=1;resizable=0;" value="&lt;ol&gt;&lt;li style=&quot;&quot;&gt;tabIndex&lt;/li&gt;&lt;li style=&quot;&quot;&gt;keyboard shortcuts (like up, down, let, right arrow)&lt;/li&gt;&lt;li style=&quot;&quot;&gt;aria attributes&lt;/li&gt;&lt;li style=&quot;&quot;&gt;semantic HTML&lt;/li&gt;&lt;/ol&gt;" vertex="1">
          <mxGeometry height="90" width="330" x="1830" y="635" as="geometry" />
        </mxCell>
        <mxCell id="v2OB34sA-GqR4EwWEd6K-59" parent="1" style="text;whiteSpace=wrap;html=1;" value="&lt;h1 style=&quot;caret-color: rgb(0, 0, 0); color: rgb(0, 0, 0); font-family: Helvetica; font-style: normal; font-variant-caps: normal; letter-spacing: normal; orphans: 2; text-align: left; text-indent: 0px; text-transform: none; white-space: normal; widows: 2; word-spacing: 0px; -webkit-text-stroke-width: 0px; text-decoration-line: none; text-decoration-thickness: auto; text-decoration-style: solid; margin-top: 0px;&quot;&gt;Availability&lt;/h1&gt;" vertex="1">
          <mxGeometry height="40" width="255" x="2195" y="600" as="geometry" />
        </mxCell>
        <mxCell id="v2OB34sA-GqR4EwWEd6K-60" parent="1" style="text;html=1;whiteSpace=wrap;strokeColor=none;fillColor=none;align=left;verticalAlign=middle;rounded=0;autosize=1;resizable=0;" value="&lt;ol&gt;&lt;li style=&quot;&quot;&gt;responsive across devices&lt;/li&gt;&lt;li style=&quot;&quot;&gt;offline mode (service worker)&lt;/li&gt;&lt;/ol&gt;" vertex="1">
          <mxGeometry height="70" width="220" x="2180" y="655" as="geometry" />
        </mxCell>
        <mxCell id="v2OB34sA-GqR4EwWEd6K-69" edge="1" parent="1" source="v2OB34sA-GqR4EwWEd6K-61" style="edgeStyle=orthogonalEdgeStyle;rounded=0;orthogonalLoop=1;jettySize=auto;html=1;" target="v2OB34sA-GqR4EwWEd6K-42">
          <mxGeometry relative="1" as="geometry" />
        </mxCell>
        <mxCell id="v2OB34sA-GqR4EwWEd6K-61" parent="1" style="ellipse;whiteSpace=wrap;html=1;aspect=fixed;" value="createGraph &amp;amp; checkCycle" vertex="1">
-           <mxGeometry height="80" width="80" x="720" y="550" as="geometry" />
+           <mxGeometry height="80" width="80" x="690" y="550" as="geometry" />
        </mxCell>
        <mxCell id="v2OB34sA-GqR4EwWEd6K-68" edge="1" parent="1" source="v2OB34sA-GqR4EwWEd6K-64" style="edgeStyle=orthogonalEdgeStyle;rounded=0;orthogonalLoop=1;jettySize=auto;html=1;" target="v2OB34sA-GqR4EwWEd6K-61">
          <mxGeometry relative="1" as="geometry" />
        </mxCell>
        <mxCell id="v2OB34sA-GqR4EwWEd6K-64" parent="1" style="ellipse;whiteSpace=wrap;html=1;aspect=fixed;" value="parseFormula()" vertex="1">
          <mxGeometry height="80" width="80" x="870" y="550" as="geometry" />
        </mxCell>
        <mxCell id="v2OB34sA-GqR4EwWEd6K-73" edge="1" parent="1" source="v2OB34sA-GqR4EwWEd6K-42" style="edgeStyle=orthogonalEdgeStyle;rounded=0;orthogonalLoop=1;jettySize=auto;html=1;" target="v2OB34sA-GqR4EwWEd6K-71" value="">
          <mxGeometry relative="1" as="geometry">
            <mxPoint x="810" y="710" as="sourcePoint" />
            <mxPoint x="1050" y="710" as="targetPoint" />
          </mxGeometry>
        </mxCell>
        <mxCell id="v2OB34sA-GqR4EwWEd6K-71" parent="1" style="ellipse;whiteSpace=wrap;html=1;aspect=fixed;" value="evaluateFormula" vertex="1">
-           <mxGeometry height="100" width="100" x="850" y="725" as="geometry" />
+           <mxGeometry height="100" width="100" x="800" y="725" as="geometry" />
        </mxCell>
        <mxCell id="v2OB34sA-GqR4EwWEd6K-76" parent="1" style="triangle;whiteSpace=wrap;html=1;" value="user types and press enter&amp;nbsp;&lt;div&gt;or remove focus (onBlur)&lt;/div&gt;" vertex="1">
          <mxGeometry height="145" width="130" x="1115" y="922.5" as="geometry" />
-         </mxCell>
-         <mxCell id="v2OB34sA-GqR4EwWEd6K-80" edge="1" parent="1" source="v2OB34sA-GqR4EwWEd6K-76" style="edgeStyle=orthogonalEdgeStyle;rounded=0;orthogonalLoop=1;jettySize=auto;html=1;entryX=0.855;entryY=1;entryDx=0;entryDy=-4.35;entryPerimeter=0;exitX=0.5;exitY=0;exitDx=0;exitDy=0;" target="v2OB34sA-GqR4EwWEd6K-41">
-           <mxGeometry relative="1" as="geometry">
-             <Array as="points">
-               <mxPoint x="1180" y="836" />
-               <mxPoint x="1101" y="836" />
-             </Array>
-           </mxGeometry>
        </mxCell>
        <mxCell id="v2OB34sA-GqR4EwWEd6K-82" edge="1" parent="1" source="v2OB34sA-GqR4EwWEd6K-41" style="edgeStyle=orthogonalEdgeStyle;rounded=0;orthogonalLoop=1;jettySize=auto;html=1;entryX=0.875;entryY=0.5;entryDx=0;entryDy=0;entryPerimeter=0;exitX=1;exitY=0.5;exitDx=0;exitDy=0;exitPerimeter=0;" target="v2OB34sA-GqR4EwWEd6K-38">
          <mxGeometry relative="1" as="geometry" />
        </mxCell>
        <mxCell id="v2OB34sA-GqR4EwWEd6K-84" connectable="0" parent="v2OB34sA-GqR4EwWEd6K-82" style="edgeLabel;html=1;align=center;verticalAlign=middle;resizable=0;points=[];" value="updateSheetData" vertex="1">
          <mxGeometry relative="1" x="-0.0014" as="geometry">
            <mxPoint as="offset" />
          </mxGeometry>
+         </mxCell>
+         <mxCell id="JV3XtrX8DMK4ZQXM5kw7-2" edge="1" parent="1" source="v2OB34sA-GqR4EwWEd6K-76" style="edgeStyle=orthogonalEdgeStyle;rounded=0;orthogonalLoop=1;jettySize=auto;html=1;entryX=0.5;entryY=1;entryDx=0;entryDy=0;entryPerimeter=0;" target="v2OB34sA-GqR4EwWEd6K-41">
+           <mxGeometry relative="1" as="geometry" />
        </mxCell>
      </root>
    </mxGraphModel>
  </diagram>
</mxfile>
